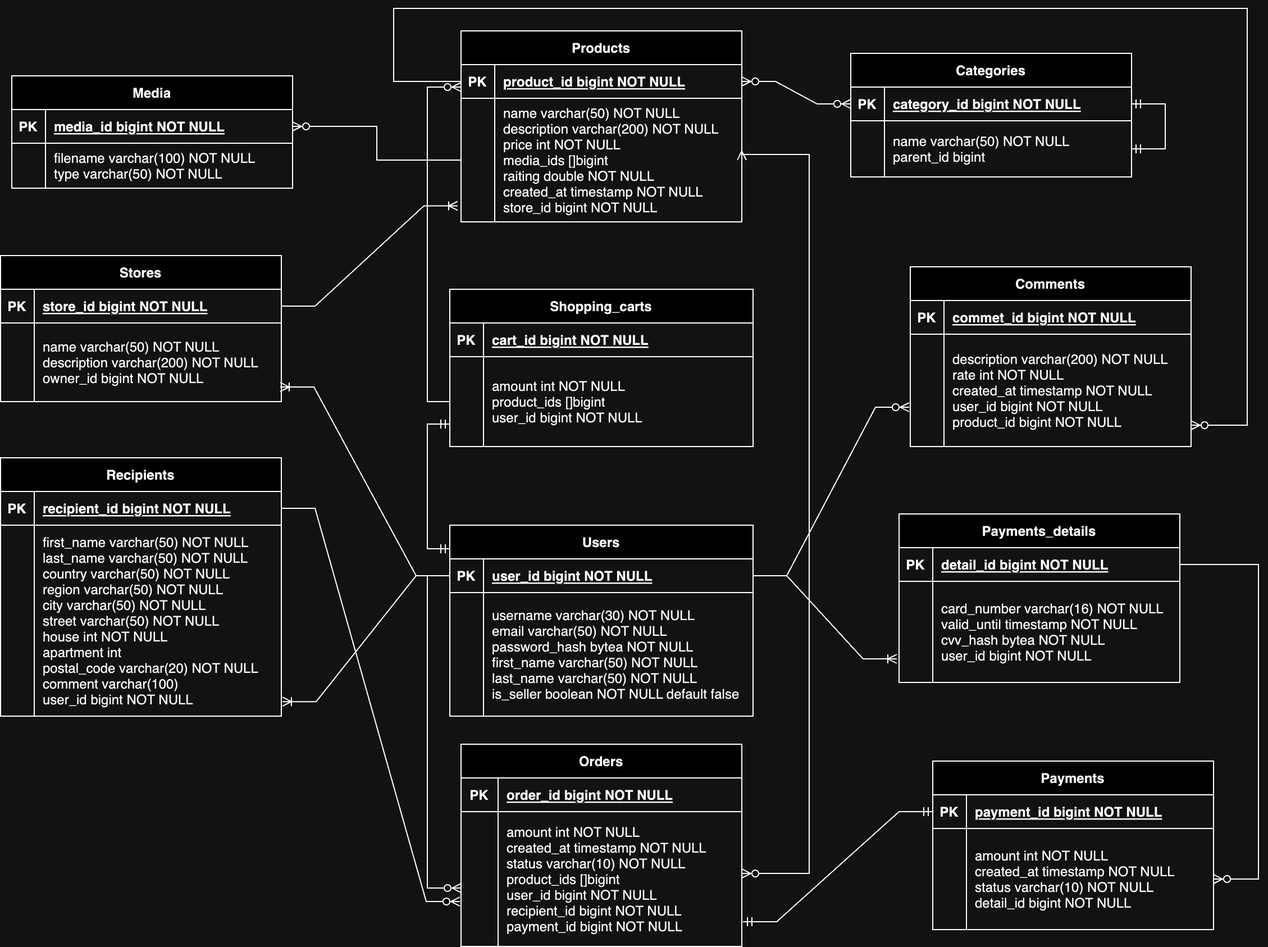
Above: img/er.png in vvinokurshin/HighloadCourseVK (draw.io), before the change. Source tidied: cells renumbered, new cells last; positions are measured from the earlier drawing's top-left corner, leaving out a move shared by most shapes.
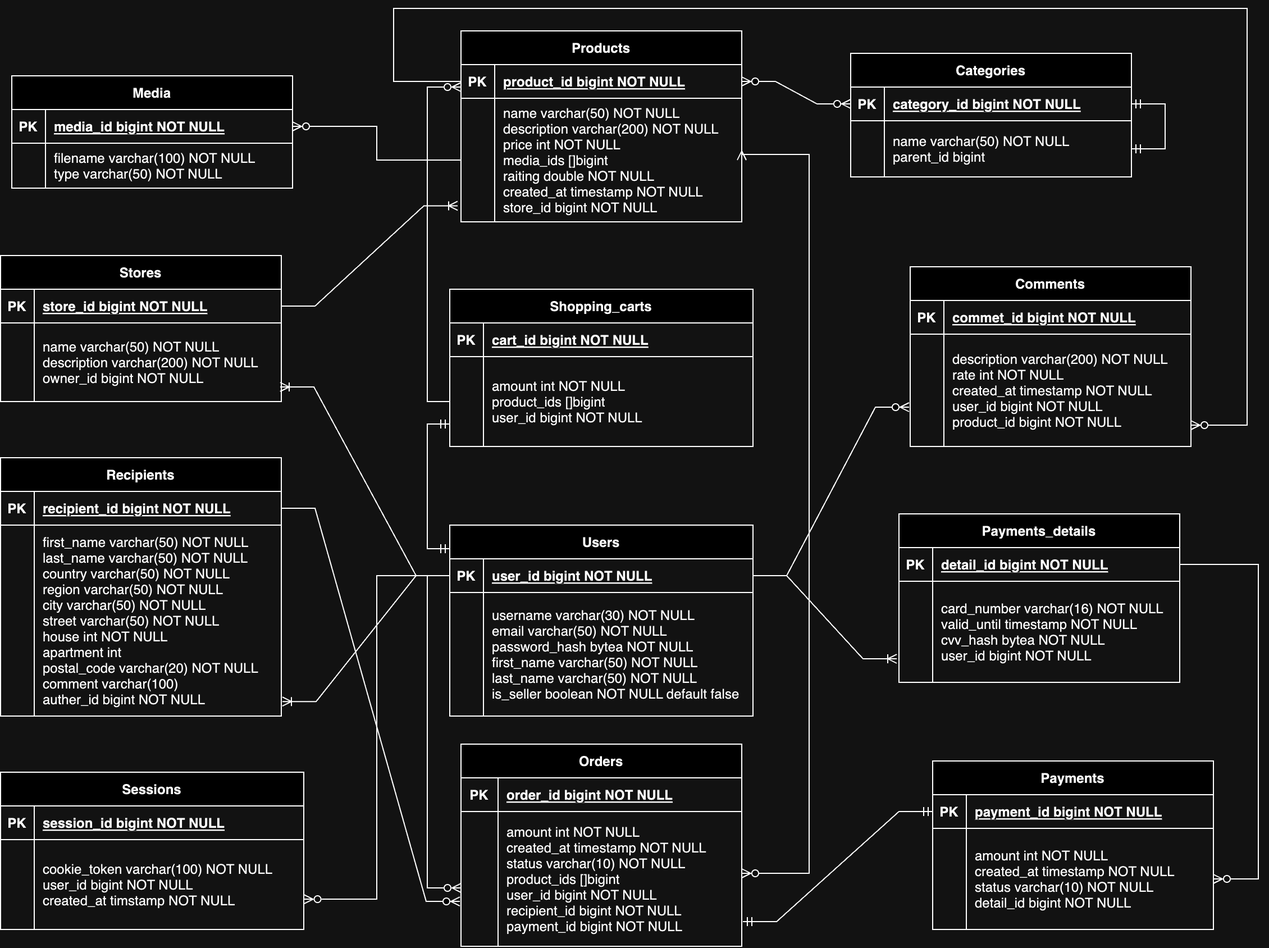
The same file after the commit.

Change to the diagram source:
```diff
@@ -20,7 +20,7 @@
     <mxCell id="7" style="shape=partialRectangle;overflow=hidden;fillColor=none;top=0;left=0;bottom=0;right=0;" parent="6" vertex="1">
       <mxGeometry width="30" height="170" as="geometry" />
     </mxCell>
-    <mxCell id="8" value="first_name varchar(50) NOT NULL&#10;last_name varchar(50) NOT NULL&#10;country varchar(50) NOT NULL&#10;region varchar(50) NOT NULL&#10;city varchar(50) NOT NULL&#10;street varchar(50) NOT NULL&#10;house int NOT NULL&#10;apartment int  &#10;postal_code varchar(20) NOT NULL&#10;comment varchar(100)&#10;user_id bigint NOT NULL" style="shape=partialRectangle;overflow=hidden;fillColor=none;top=0;left=0;bottom=0;right=0;align=left;spacingLeft=6;" parent="6" vertex="1">
+    <mxCell id="8" value="first_name varchar(50) NOT NULL&#10;last_name varchar(50) NOT NULL&#10;country varchar(50) NOT NULL&#10;region varchar(50) NOT NULL&#10;city varchar(50) NOT NULL&#10;street varchar(50) NOT NULL&#10;house int NOT NULL&#10;apartment int  &#10;postal_code varchar(20) NOT NULL&#10;comment varchar(100)&#10;auther_id bigint NOT NULL" style="shape=partialRectangle;overflow=hidden;fillColor=none;top=0;left=0;bottom=0;right=0;align=left;spacingLeft=6;" parent="6" vertex="1">
       <mxGeometry x="30" width="220" height="170" as="geometry" />
     </mxCell>
     <mxCell id="9" value="Payments_details" style="shape=table;startSize=30;rowLines=0;fontStyle=1;align=center;" parent="1" vertex="1">
@@ -332,5 +332,29 @@
     <mxCell id="94" style="edgeStyle=orthogonalEdgeStyle;rounded=0;jettySize=auto;html=1;entryX=0;entryY=0.5;entryDx=0;entryDy=0;endArrow=none;endFill=0;startArrow=ERzeroToMany;startFill=0;" parent="1" edge="1" source="88" target="27">
       <mxGeometry relative="1" as="geometry" />
     </mxCell>
+    <mxCell id="95" value="Sessions" style="shape=table;startSize=30;rowLines=0;fontStyle=1;align=center;" parent="1" vertex="1">
+      <mxGeometry y="680" width="270" height="140" as="geometry" />
+    </mxCell>
+    <mxCell id="96" style="shape=partialRectangle;fillColor=none;top=0;left=0;right=0;bottom=1;" parent="95" vertex="1">
+      <mxGeometry y="30" width="270" height="30" as="geometry" />
+    </mxCell>
+    <mxCell id="97" value="PK" style="shape=partialRectangle;overflow=hidden;fillColor=none;top=0;left=0;bottom=0;right=0;fontStyle=1;" parent="96" vertex="1">
+      <mxGeometry width="30" height="30" as="geometry" />
+    </mxCell>
+    <mxCell id="98" value="session_id bigint NOT NULL " style="shape=partialRectangle;overflow=hidden;fillColor=none;top=0;left=0;bottom=0;right=0;align=left;spacingLeft=6;fontStyle=5;" parent="96" vertex="1">
+      <mxGeometry x="30" width="240" height="30" as="geometry" />
+    </mxCell>
+    <mxCell id="99" style="shape=partialRectangle;fillColor=none;points=[[0,0.5],[1,0.5]];portConstraint=eastwest;top=0;left=0;right=0;bottom=0;" parent="95" vertex="1">
+      <mxGeometry y="60" width="270" height="80" as="geometry" />
+    </mxCell>
+    <mxCell id="100" style="shape=partialRectangle;overflow=hidden;fillColor=none;top=0;left=0;bottom=0;right=0;" parent="99" vertex="1">
+      <mxGeometry width="30" height="80" as="geometry" />
+    </mxCell>
+    <mxCell id="101" value="cookie_token varchar(100) NOT NULL&#10;user_id bigint NOT NULL&#10;created_at timstamp NOT NULL" style="shape=partialRectangle;overflow=hidden;fillColor=none;top=0;left=0;bottom=0;right=0;align=left;spacingLeft=6;" parent="99" vertex="1">
+      <mxGeometry x="30" width="240" height="80" as="geometry" />
+    </mxCell>
+    <mxCell id="102" style="edgeStyle=orthogonalEdgeStyle;rounded=0;jettySize=auto;html=1;entryX=1.001;entryY=0.663;entryDx=0;entryDy=0;entryPerimeter=0;endArrow=ERzeroToMany;endFill=0;exitX=0;exitY=0.5;exitDx=0;exitDy=0;" parent="1" edge="1" source="60" target="99">
+      <mxGeometry relative="1" as="geometry" />
+    </mxCell>
   </root>
 </mxGraphModel>
```
